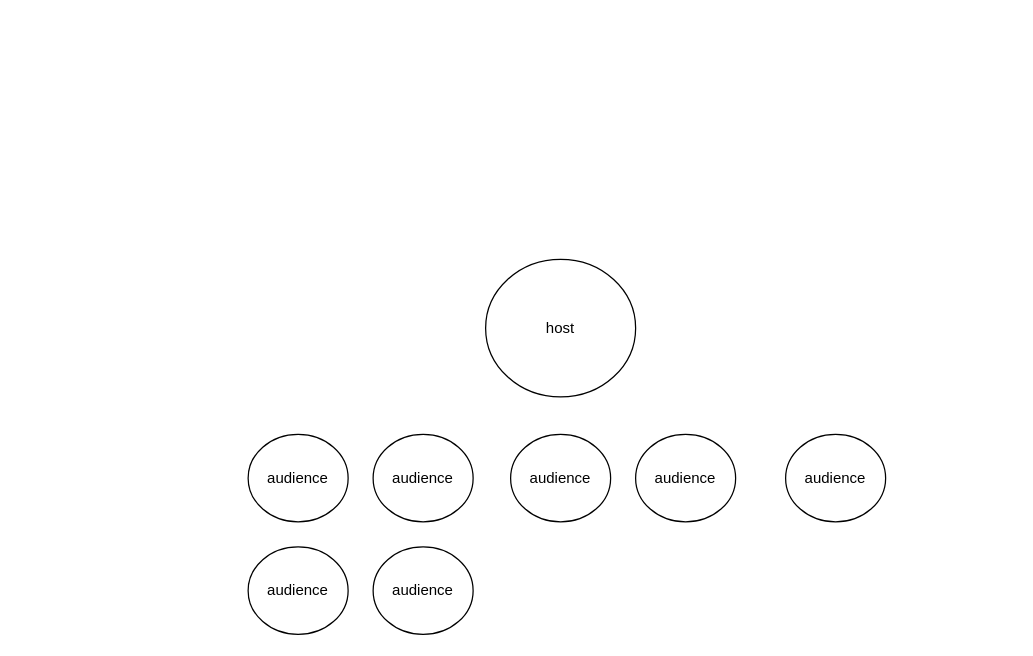
Earlier version of the draw.io diagram Untitled Diagram.drawio (rohitsx/design). Source tidied: cells renumbered, new cells numbered last; positions are measured from the earlier drawing's top-left corner, leaving out a move shared by most shapes. Both pictures are drawn from the tidied source at 125%, with x=0, y=0 at pixel (248, 259).
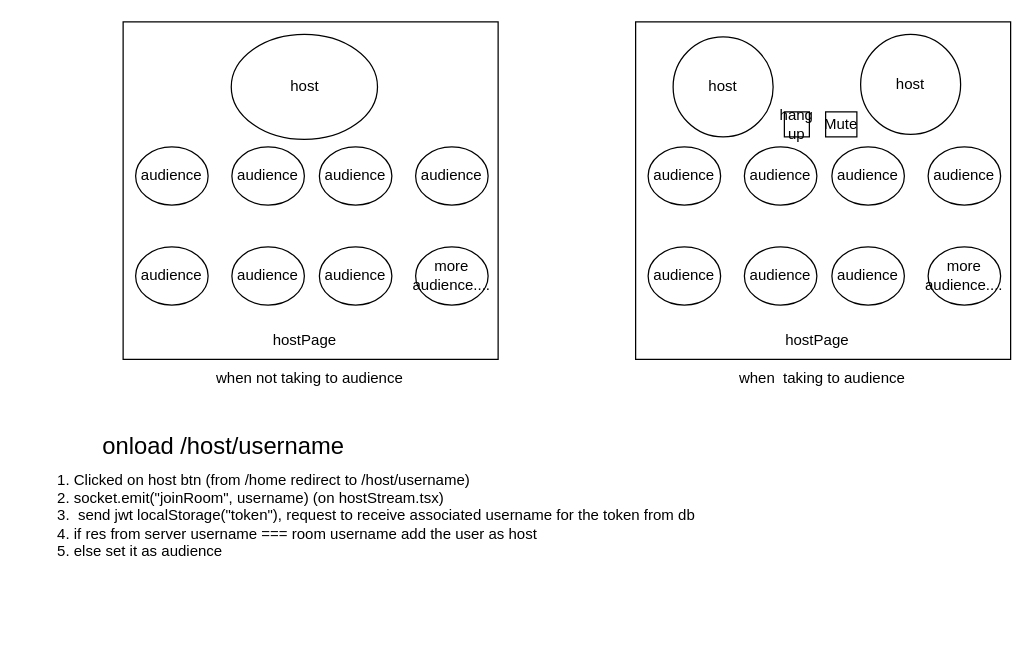
The same diagram, later.

The edit, as a diff of the source:
```diff
@@
+    <mxCell id="10" style="rounded=0;whiteSpace=wrap;html=1;" parent="1" vertex="1">
+      <mxGeometry x="-100" y="-190" width="300" height="270" as="geometry" />
+    </mxCell>
     <mxCell id="2" value="host" style="ellipse;whiteSpace=wrap;html=1;" parent="1" vertex="1">
-      <mxGeometry x="190" width="120" height="110" as="geometry" />
+      <mxGeometry x="-13.5" y="-180" width="117" height="84" as="geometry" />
     </mxCell>
     <mxCell id="3" value="audience" style="ellipse;whiteSpace=wrap;html=1;" parent="1" vertex="1">
-      <mxGeometry x="100" y="230" width="80" height="70" as="geometry" />
+      <mxGeometry x="-13" y="-10" width="58" height="46.6" as="geometry" />
     </mxCell>
     <mxCell id="4" value="audience" style="ellipse;whiteSpace=wrap;html=1;" parent="1" vertex="1">
-      <mxGeometry y="230" width="80" height="70" as="geometry" />
+      <mxGeometry x="-90" y="-10" width="58" height="46.6" as="geometry" />
     </mxCell>
-    <mxCell id="5" value="audience" style="ellipse;whiteSpace=wrap;html=1;" parent="1" vertex="1">
-      <mxGeometry x="430" y="140" width="80" height="70" as="geometry" />
-    </mxCell>
-    <mxCell id="6" value="audience" style="ellipse;whiteSpace=wrap;html=1;" parent="1" vertex="1">
-      <mxGeometry x="310" y="140" width="80" height="70" as="geometry" />
-    </mxCell>
     <mxCell id="7" value="audience" style="ellipse;whiteSpace=wrap;html=1;" parent="1" vertex="1">
-      <mxGeometry x="210" y="140" width="80" height="70" as="geometry" />
+      <mxGeometry x="57" y="-90" width="58" height="46.6" as="geometry" />
     </mxCell>
     <mxCell id="8" value="audience" style="ellipse;whiteSpace=wrap;html=1;" parent="1" vertex="1">
-      <mxGeometry x="100" y="140" width="80" height="70" as="geometry" />
+      <mxGeometry x="-13" y="-90" width="58" height="46.6" as="geometry" />
     </mxCell>
     <mxCell id="9" value="audience" style="ellipse;whiteSpace=wrap;html=1;" parent="1" vertex="1">
-      <mxGeometry y="140" width="80" height="70" as="geometry" />
+      <mxGeometry x="-90" y="-90" width="58" height="46.6" as="geometry" />
     </mxCell>
+    <mxCell id="11" value="audience" style="ellipse;whiteSpace=wrap;html=1;" parent="1" vertex="1">
+      <mxGeometry x="134" y="-90" width="58" height="46.6" as="geometry" />
+    </mxCell>
+    <mxCell id="12" value="more audience...." style="ellipse;whiteSpace=wrap;html=1;" parent="1" vertex="1">
+      <mxGeometry x="134" y="-10" width="58" height="46.6" as="geometry" />
+    </mxCell>
+    <mxCell id="13" value="audience" style="ellipse;whiteSpace=wrap;html=1;" parent="1" vertex="1">
+      <mxGeometry x="57" y="-10" width="58" height="46.6" as="geometry" />
+    </mxCell>
+    <mxCell id="14" value="hostPage" style="text;html=1;align=center;verticalAlign=middle;strokeColor=none;fillColor=none;" parent="1" vertex="1">
+      <mxGeometry x="10" y="50" width="70" height="30" as="geometry" />
+    </mxCell>
+    <mxCell id="15" value="when not taking to audience" style="text;html=1;align=center;verticalAlign=middle;strokeColor=none;fillColor=none;" parent="1" vertex="1">
+      <mxGeometry x="-36" y="80" width="170" height="30" as="geometry" />
+    </mxCell>
+    <mxCell id="16" style="rounded=0;whiteSpace=wrap;html=1;" parent="1" vertex="1">
+      <mxGeometry x="310" y="-190" width="300" height="270" as="geometry" />
+    </mxCell>
+    <mxCell id="17" value="host" style="ellipse;whiteSpace=wrap;html=1;" parent="1" vertex="1">
+      <mxGeometry x="340" y="-178" width="80" height="80" as="geometry" />
+    </mxCell>
+    <mxCell id="18" value="audience" style="ellipse;whiteSpace=wrap;html=1;" parent="1" vertex="1">
+      <mxGeometry x="397" y="-10" width="58" height="46.6" as="geometry" />
+    </mxCell>
+    <mxCell id="19" value="audience" style="ellipse;whiteSpace=wrap;html=1;" parent="1" vertex="1">
+      <mxGeometry x="320" y="-10" width="58" height="46.6" as="geometry" />
+    </mxCell>
+    <mxCell id="20" value="audience" style="ellipse;whiteSpace=wrap;html=1;" parent="1" vertex="1">
+      <mxGeometry x="467" y="-90" width="58" height="46.6" as="geometry" />
+    </mxCell>
+    <mxCell id="21" value="audience" style="ellipse;whiteSpace=wrap;html=1;" parent="1" vertex="1">
+      <mxGeometry x="397" y="-90" width="58" height="46.6" as="geometry" />
+    </mxCell>
+    <mxCell id="22" value="audience" style="ellipse;whiteSpace=wrap;html=1;" parent="1" vertex="1">
+      <mxGeometry x="320" y="-90" width="58" height="46.6" as="geometry" />
+    </mxCell>
+    <mxCell id="23" value="audience" style="ellipse;whiteSpace=wrap;html=1;" parent="1" vertex="1">
+      <mxGeometry x="544" y="-90" width="58" height="46.6" as="geometry" />
+    </mxCell>
+    <mxCell id="24" value="more audience...." style="ellipse;whiteSpace=wrap;html=1;" parent="1" vertex="1">
+      <mxGeometry x="544" y="-10" width="58" height="46.6" as="geometry" />
+    </mxCell>
+    <mxCell id="25" value="audience" style="ellipse;whiteSpace=wrap;html=1;" parent="1" vertex="1">
+      <mxGeometry x="467" y="-10" width="58" height="46.6" as="geometry" />
+    </mxCell>
+    <mxCell id="26" value="hostPage" style="text;html=1;align=center;verticalAlign=middle;strokeColor=none;fillColor=none;" parent="1" vertex="1">
+      <mxGeometry x="420" y="50" width="70" height="30" as="geometry" />
+    </mxCell>
+    <mxCell id="27" value="when&amp;nbsp; taking to audience" style="text;html=1;align=center;verticalAlign=middle;strokeColor=none;fillColor=none;" parent="1" vertex="1">
+      <mxGeometry x="379" y="80" width="160" height="30" as="geometry" />
+    </mxCell>
+    <mxCell id="28" value="host" style="ellipse;whiteSpace=wrap;html=1;" parent="1" vertex="1">
+      <mxGeometry x="490" y="-180" width="80" height="80" as="geometry" />
+    </mxCell>
+    <mxCell id="29" value="hang up" style="rounded=0;whiteSpace=wrap;html=1;" parent="1" vertex="1">
+      <mxGeometry x="429" y="-118" width="20" height="20" as="geometry" />
+    </mxCell>
+    <mxCell id="30" value="Mute" style="rounded=0;whiteSpace=wrap;html=1;" parent="1" vertex="1">
+      <mxGeometry x="462" y="-118" width="25" height="20" as="geometry" />
+    </mxCell>
+    <mxCell id="31" value="&lt;font style=&quot;font-size: 19px;&quot;&gt;onload /host/username&lt;/font&gt;" style="text;html=1;align=center;verticalAlign=middle;strokeColor=none;fillColor=none;" parent="1" vertex="1">
+      <mxGeometry x="-130" y="130" width="220" height="40" as="geometry" />
+    </mxCell>
+    <mxCell id="32" value="&lt;ol style=&quot;font-size: 12px;&quot;&gt;&lt;li style=&quot;font-size: 12px;&quot;&gt;Clicked on host btn (from /home redirect to /host/username)&lt;/li&gt;&lt;li style=&quot;font-size: 12px;&quot;&gt;socket.emit(&quot;joinRoom&quot;, username) (on hostStream.tsx)&lt;/li&gt;&lt;li style=&quot;font-size: 12px;&quot;&gt;&amp;nbsp;send jwt localStorage(&quot;token&quot;), request to receive associated username for the token from db&lt;/li&gt;&lt;li style=&quot;font-size: 12px;&quot;&gt;if res from server username === room username add the user as host&lt;/li&gt;&lt;li style=&quot;font-size: 12px;&quot;&gt;else set it as audience&amp;nbsp;&lt;/li&gt;&lt;/ol&gt;" style="text;html=1;align=left;verticalAlign=middle;strokeColor=none;fillColor=none;fontSize=12;" parent="1" vertex="1">
+      <mxGeometry x="-181" y="150" width="560" height="110" as="geometry" />
+    </mxCell>
```
